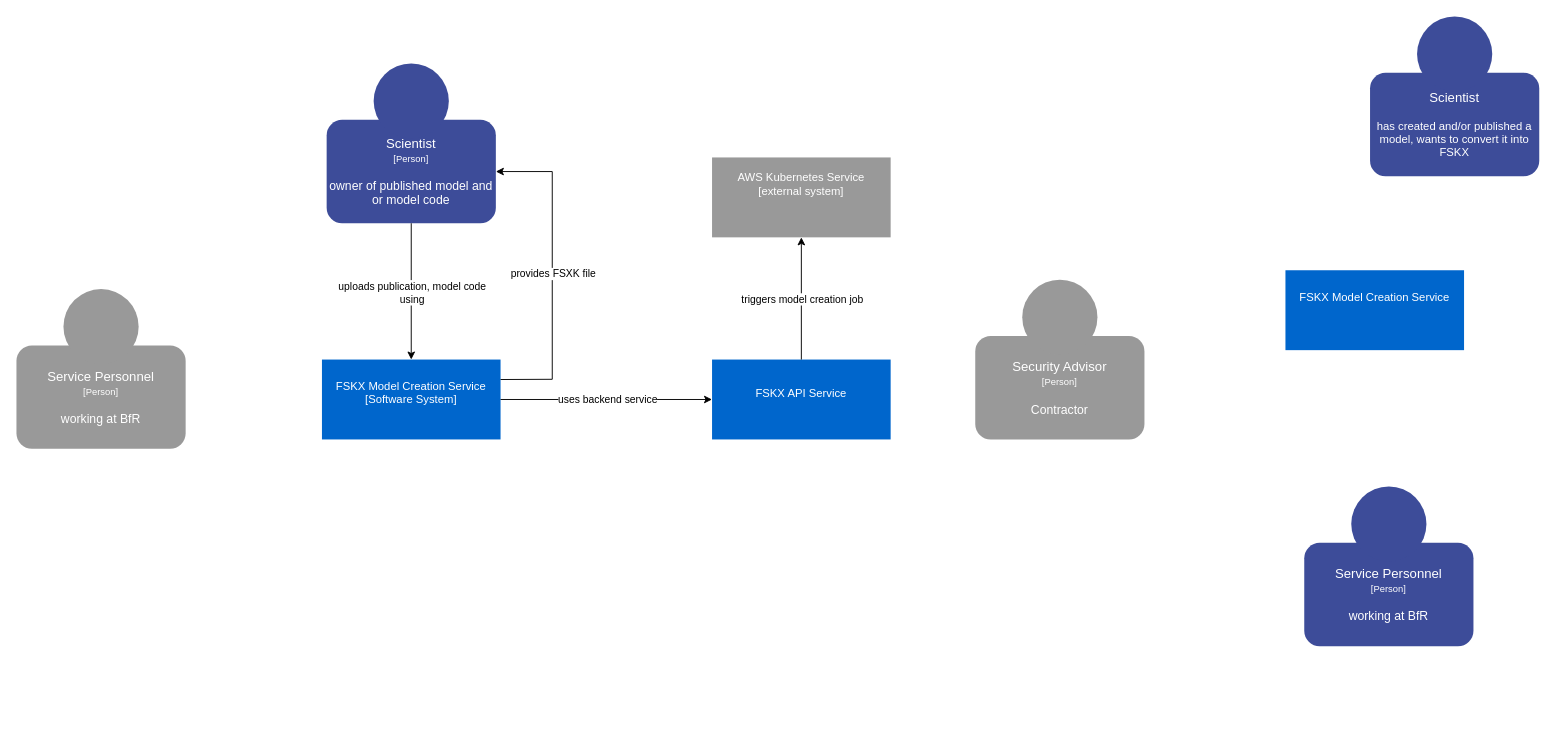
KIDA-BfR/App-Development keeps this draw.io diagram as page "System Context" (1 of 4) of FSKX_Service_C4_Architecture.drawio. Above is the earlier version. Source tidied: cells renumbered, new cells numbered last; positions are measured from the earlier drawing's top-left corner, leaving out a move shared by most shapes. Both pictures are drawn from the tidied source at 94%, with x=0, y=0 at pixel (16, 16).
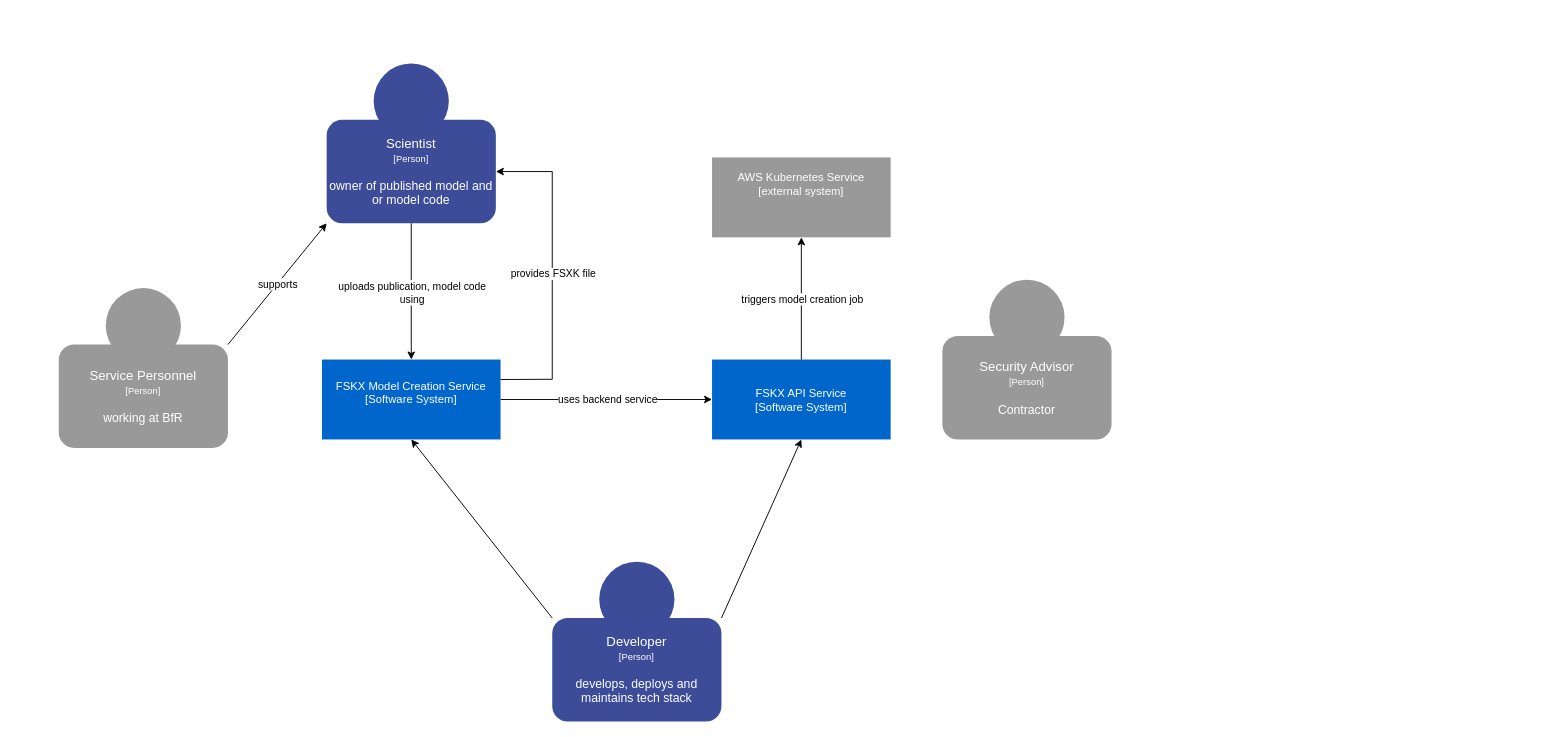
Above is the later version.

The change refers to these unchanged cells:
```xml
<mxCell id="2" value="&lt;font color=&quot;#ffffff&quot;&gt;FSKX Model Creation Service&lt;/font&gt;&lt;div&gt;&lt;font color=&quot;#ffffff&quot;&gt;[Software System]&lt;/font&gt;&lt;/div&gt;&lt;div&gt;&lt;font color=&quot;#ffffff&quot;&gt;&lt;br&gt;&lt;/font&gt;&lt;/div&gt;" style="rounded=0;whiteSpace=wrap;html=1;strokeColor=none;fillColor=#0066CC;" parent="1" vertex="1">
  <mxGeometry x="325" y="365" width="190" height="85" as="geometry" />
</mxCell>
<mxCell id="4" value="&lt;font color=&quot;#ffffff&quot;&gt;&lt;span style=&quot;font-size: 14px;&quot;&gt;Scientist&lt;/span&gt;&lt;/font&gt;&lt;div style=&quot;&quot;&gt;&lt;font style=&quot;font-size: 10px;&quot; color=&quot;#ffffff&quot;&gt;&lt;span style=&quot;&quot;&gt;[Person]&lt;br&gt;&lt;/span&gt;&lt;/font&gt;&lt;div style=&quot;&quot;&gt;&lt;font style=&quot;&quot; color=&quot;#ffffff&quot;&gt;&lt;br&gt;&lt;font style=&quot;font-size: 13px;&quot;&gt;owner of published model and or model code&lt;/font&gt;&lt;/font&gt;&lt;/div&gt;&lt;/div&gt;" style="rounded=1;whiteSpace=wrap;html=1;fillColor=#3D4C99;strokeColor=none;" parent="3" vertex="1">
  <mxGeometry x="-20" y="60" width="180" height="110" as="geometry" />
</mxCell>
<mxCell id="12" value="&lt;font color=&quot;#ffffff&quot;&gt;&lt;span style=&quot;font-size: 14px;&quot;&gt;Service Personnel&lt;/span&gt;&lt;/font&gt;&lt;div style=&quot;&quot;&gt;&lt;font style=&quot;font-size: 10px;&quot; color=&quot;#ffffff&quot;&gt;&lt;span style=&quot;&quot;&gt;[Person]&lt;br&gt;&lt;/span&gt;&lt;/font&gt;&lt;div style=&quot;&quot;&gt;&lt;font style=&quot;&quot; color=&quot;#ffffff&quot;&gt;&lt;br&gt;&lt;font style=&quot;font-size: 13px;&quot;&gt;working at BfR&lt;/font&gt;&lt;/font&gt;&lt;/div&gt;&lt;/div&gt;" style="rounded=1;whiteSpace=wrap;html=1;fillColor=#999999;strokeColor=none;" parent="11" vertex="1">
  <mxGeometry x="-20" y="60" width="180" height="110" as="geometry" />
</mxCell>
```

What changed in the source:
```diff
@@
-    <mxCell id="6" style="group;" parent="1" vertex="1">
-      <mxGeometry x="1460" width="140" height="170" as="geometry" />
-    </mxCell>
-    <mxCell id="7" value="&lt;font color=&quot;#ffffff&quot;&gt;&lt;span style=&quot;font-size: 14px;&quot;&gt;Scientist&lt;/span&gt;&lt;/font&gt;&lt;br&gt;&lt;div&gt;&lt;font color=&quot;#ffffff&quot;&gt;&lt;br&gt;has created and/or published a model, wants to convert it into FSKX&lt;/font&gt;&lt;/div&gt;" style="rounded=1;whiteSpace=wrap;html=1;fillColor=#3D4C99;strokeColor=none;" parent="6" vertex="1">
-      <mxGeometry x="-20" y="60" width="180" height="110" as="geometry" />
-    </mxCell>
-    <mxCell id="8" style="ellipse;whiteSpace=wrap;html=1;fillColor=#3D4C99;strokeColor=none;" parent="6" vertex="1">
-      <mxGeometry x="30" width="80" height="80" as="geometry" />
-    </mxCell>
@@
     <mxCell id="11" style="group;fillColor=default;" parent="1" vertex="1">
-      <mxGeometry x="20" y="290" width="140" height="170" as="geometry" />
+      <mxGeometry x="65" y="289" width="140" height="170" as="geometry" />
     </mxCell>
@@
     <mxCell id="14" style="group;fillColor=default;" parent="1" vertex="1">
-      <mxGeometry x="1040" y="280" width="140" height="170" as="geometry" />
+      <mxGeometry x="1005" y="280" width="140" height="170" as="geometry" />
     </mxCell>
@@
-    <mxCell id="17" style="group;fillColor=default;" parent="1" vertex="1">
-      <mxGeometry x="1390" y="500" width="140" height="170" as="geometry" />
-    </mxCell>
-    <mxCell id="18" value="&lt;font color=&quot;#ffffff&quot;&gt;&lt;span style=&quot;font-size: 14px;&quot;&gt;Service Personnel&lt;/span&gt;&lt;/font&gt;&lt;div style=&quot;&quot;&gt;&lt;font style=&quot;font-size: 10px;&quot; color=&quot;#ffffff&quot;&gt;&lt;span style=&quot;&quot;&gt;[Person]&lt;br&gt;&lt;/span&gt;&lt;/font&gt;&lt;div style=&quot;&quot;&gt;&lt;font style=&quot;&quot; color=&quot;#ffffff&quot;&gt;&lt;br&gt;&lt;font style=&quot;font-size: 13px;&quot;&gt;working at BfR&lt;/font&gt;&lt;/font&gt;&lt;/div&gt;&lt;/div&gt;" style="rounded=1;whiteSpace=wrap;html=1;fillColor=#3D4C99;strokeColor=none;" parent="17" vertex="1">
-      <mxGeometry x="-20" y="60" width="180" height="110" as="geometry" />
-    </mxCell>
-    <mxCell id="19" style="ellipse;whiteSpace=wrap;html=1;fillColor=#3D4C99;strokeColor=none;" parent="17" vertex="1">
-      <mxGeometry x="30" width="80" height="80" as="geometry" />
-    </mxCell>
-    <mxCell id="20" value="&lt;font color=&quot;#ffffff&quot;&gt;FSKX Model Creation Service&lt;/font&gt;&lt;div&gt;&lt;font color=&quot;#ffffff&quot;&gt;&lt;br&gt;&lt;/font&gt;&lt;/div&gt;&lt;div&gt;&lt;font color=&quot;#ffffff&quot;&gt;&lt;br&gt;&lt;/font&gt;&lt;/div&gt;" style="rounded=0;whiteSpace=wrap;html=1;strokeColor=none;fillColor=#0066CC;" parent="1" vertex="1">
-      <mxGeometry x="1350" y="270" width="190" height="85" as="geometry" />
-    </mxCell>
@@
-    <mxCell id="22" value="&lt;div&gt;&lt;font color=&quot;#ffffff&quot;&gt;FSKX API Service&lt;/font&gt;&lt;/div&gt;&lt;div&gt;&lt;font color=&quot;#ffffff&quot;&gt;&lt;br&gt;&lt;/font&gt;&lt;/div&gt;" style="rounded=0;whiteSpace=wrap;html=1;strokeColor=none;fillColor=#0066CC;" parent="1" vertex="1">
+    <mxCell id="22" value="&lt;div&gt;&lt;font color=&quot;#ffffff&quot;&gt;FSKX API Service&lt;/font&gt;&lt;/div&gt;&lt;div&gt;&lt;font color=&quot;#ffffff&quot;&gt;[Software System]&lt;/font&gt;&lt;/div&gt;" style="rounded=0;whiteSpace=wrap;html=1;strokeColor=none;fillColor=#0066CC;" parent="1" vertex="1">
       <mxGeometry x="740" y="365" width="190" height="85" as="geometry" />
     </mxCell>
@@
+    <mxCell id="29" style="group;" parent="1" vertex="1">
+      <mxGeometry x="590" y="580" width="140" height="170" as="geometry" />
+    </mxCell>
+    <mxCell id="30" value="&lt;font color=&quot;#ffffff&quot;&gt;&lt;span style=&quot;font-size: 14px;&quot;&gt;Developer&lt;/span&gt;&lt;/font&gt;&lt;div style=&quot;&quot;&gt;&lt;font style=&quot;font-size: 10px;&quot; color=&quot;#ffffff&quot;&gt;&lt;span style=&quot;&quot;&gt;[Person]&lt;br&gt;&lt;/span&gt;&lt;/font&gt;&lt;div style=&quot;&quot;&gt;&lt;font style=&quot;&quot; color=&quot;#ffffff&quot;&gt;&lt;br&gt;&lt;font style=&quot;font-size: 13px;&quot;&gt;develops, deploys and maintains tech stack&lt;/font&gt;&lt;/font&gt;&lt;/div&gt;&lt;/div&gt;" style="rounded=1;whiteSpace=wrap;html=1;fillColor=#3D4C99;strokeColor=none;" parent="29" vertex="1">
+      <mxGeometry x="-20" y="60" width="180" height="110" as="geometry" />
+    </mxCell>
+    <mxCell id="31" style="ellipse;whiteSpace=wrap;html=1;fillColor=#3D4C99;strokeColor=none;" parent="29" vertex="1">
+      <mxGeometry x="30" width="80" height="80" as="geometry" />
+    </mxCell>
+    <mxCell id="32" style="endArrow=classic;html=1;rounded=0;exitX=0;exitY=0;exitDx=0;exitDy=0;entryX=0.5;entryY=1;entryDx=0;entryDy=0;" parent="1" edge="1" source="30" target="2">
+      <mxGeometry relative="1" as="geometry" />
+    </mxCell>
+    <mxCell id="33" style="endArrow=classic;html=1;rounded=0;entryX=0.5;entryY=1;entryDx=0;entryDy=0;exitX=1;exitY=0;exitDx=0;exitDy=0;" parent="1" edge="1" source="30" target="22">
+      <mxGeometry relative="1" as="geometry" />
+    </mxCell>
+    <mxCell id="34" style="endArrow=classic;html=1;rounded=0;entryX=0;entryY=1;entryDx=0;entryDy=0;exitX=1;exitY=0;exitDx=0;exitDy=0;" parent="1" edge="1" source="12" target="4">
+      <mxGeometry relative="1" as="geometry" />
+    </mxCell>
+    <mxCell id="35" value="supports" style="edgeLabel;html=1;align=center;verticalAlign=middle;" parent="34" vertex="1">
+      <mxGeometry relative="1" as="geometry" />
+    </mxCell>
```
